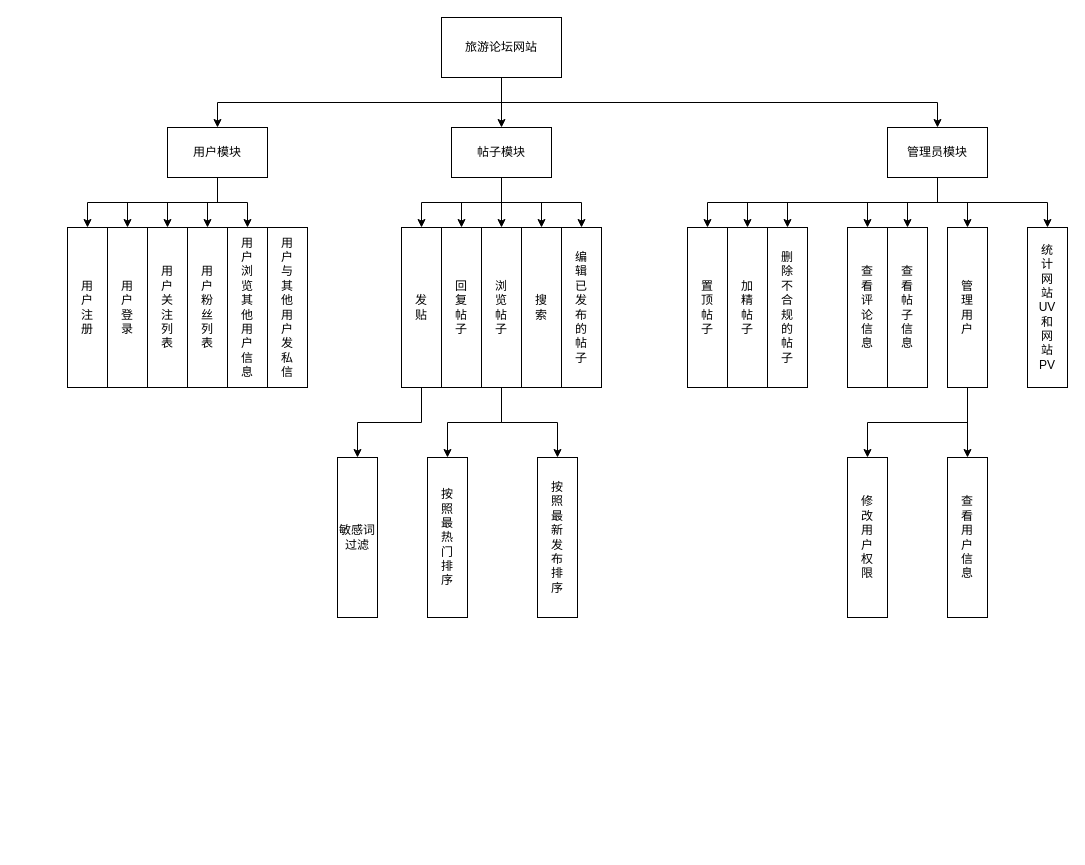
RedFlowerYeah/travelfourm keeps this draw.io diagram as Funtion.drawio. Above is the earlier version. Source tidied: cells renumbered, new cells numbered last; positions are measured from the earlier drawing's top-left corner, leaving out a move shared by most shapes. Both pictures are drawn from the tidied source at 100%, with x=0, y=0 at pixel (67, 17).
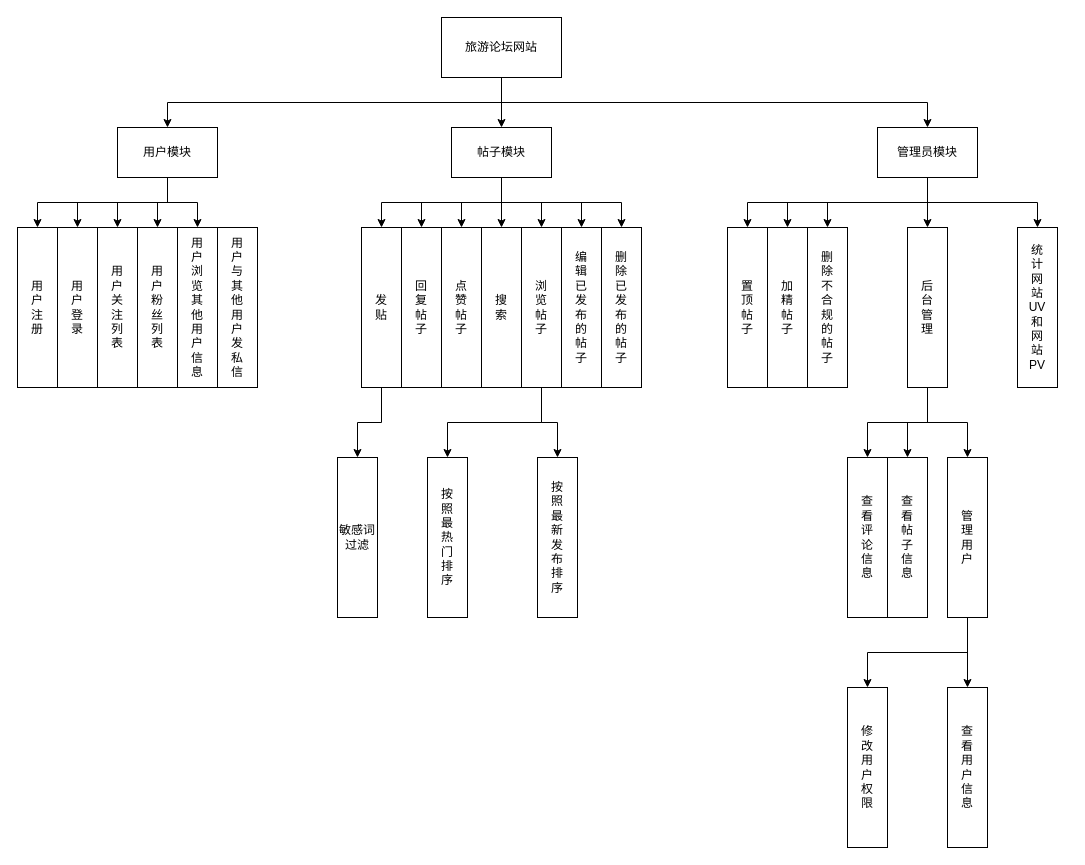
The same diagram, later.

The change refers to these unchanged cells:
```xml
<mxCell id="17" value="帖子模块" style="rounded=0;whiteSpace=wrap;html=1;" parent="1" vertex="1">
  <mxGeometry x="384" y="110" width="100" height="50" as="geometry" />
</mxCell>
```

The edit, as a diff of the source:
```diff
@@
     <mxCell id="11" value="用户模块" style="rounded=0;whiteSpace=wrap;html=1;" parent="1" vertex="1">
-      <mxGeometry x="100" y="110" width="100" height="50" as="geometry" />
+      <mxGeometry x="50" y="110" width="100" height="50" as="geometry" />
     </mxCell>
@@
+    <mxCell id="54" style="edgeStyle=orthogonalEdgeStyle;rounded=0;jettySize=auto;html=1;exitX=0.5;exitY=1;exitDx=0;exitDy=0;entryX=0.5;entryY=0;entryDx=0;entryDy=0;" parent="1" edge="1" source="17" target="57">
+      <mxGeometry relative="1" as="geometry" />
+    </mxCell>
+    <mxCell id="55" style="edgeStyle=orthogonalEdgeStyle;rounded=0;jettySize=auto;html=1;exitX=0.5;exitY=1;exitDx=0;exitDy=0;entryX=0.5;entryY=0;entryDx=0;entryDy=0;" parent="1" edge="1" source="17" target="58">
+      <mxGeometry relative="1" as="geometry" />
+    </mxCell>
@@
-    <mxCell id="18" style="edgeStyle=orthogonalEdgeStyle;rounded=0;jettySize=auto;html=1;exitX=0.5;exitY=1;exitDx=0;exitDy=0;entryX=0.5;entryY=0;entryDx=0;entryDy=0;" parent="1" edge="1" source="25" target="45">
-      <mxGeometry relative="1" as="geometry" />
-    </mxCell>
-    <mxCell id="19" style="edgeStyle=orthogonalEdgeStyle;rounded=0;jettySize=auto;html=1;exitX=0.5;exitY=1;exitDx=0;exitDy=0;entryX=0.5;entryY=0;entryDx=0;entryDy=0;" parent="1" edge="1" source="25" target="49">
-      <mxGeometry relative="1" as="geometry" />
-    </mxCell>
-    <mxCell id="20" style="edgeStyle=orthogonalEdgeStyle;rounded=0;jettySize=auto;html=1;exitX=0.5;exitY=1;exitDx=0;exitDy=0;" parent="1" edge="1" source="25" target="48">
-      <mxGeometry relative="1" as="geometry" />
-    </mxCell>
@@
+    <mxCell id="56" style="edgeStyle=orthogonalEdgeStyle;rounded=0;jettySize=auto;html=1;exitX=0.5;exitY=1;exitDx=0;exitDy=0;entryX=0.5;entryY=0;entryDx=0;entryDy=0;" parent="1" edge="1" source="25" target="62">
+      <mxGeometry relative="1" as="geometry" />
+    </mxCell>
@@
     <mxCell id="25" value="管理员模块" style="rounded=0;whiteSpace=wrap;html=1;" parent="1" vertex="1">
-      <mxGeometry x="820" y="110" width="100" height="50" as="geometry" />
+      <mxGeometry x="810" y="110" width="100" height="50" as="geometry" />
     </mxCell>
     <mxCell id="26" value="用&lt;br&gt;户&lt;br&gt;注&lt;br&gt;册" style="rounded=0;whiteSpace=wrap;html=1;" parent="1" vertex="1">
-      <mxGeometry y="210" width="40" height="160" as="geometry" />
+      <mxGeometry x="-50" y="210" width="40" height="160" as="geometry" />
     </mxCell>
     <mxCell id="27" value="用&lt;br&gt;户&lt;br&gt;登&lt;br&gt;录" style="rounded=0;whiteSpace=wrap;html=1;" parent="1" vertex="1">
-      <mxGeometry x="40" y="210" width="40" height="160" as="geometry" />
+      <mxGeometry x="-10" y="210" width="40" height="160" as="geometry" />
     </mxCell>
     <mxCell id="28" value="用&lt;br&gt;户&lt;br&gt;关&lt;br&gt;注&lt;br&gt;列&lt;span style=&quot;color: rgba(0 , 0 , 0 , 0) ; font-family: monospace ; font-size: 0px&quot;&gt;&lt;br&gt;&lt;/span&gt;表" style="rounded=0;whiteSpace=wrap;html=1;" parent="1" vertex="1">
-      <mxGeometry x="80" y="210" width="40" height="160" as="geometry" />
+      <mxGeometry x="30" y="210" width="40" height="160" as="geometry" />
     </mxCell>
     <mxCell id="29" value="用&lt;br&gt;户&lt;br&gt;粉&lt;br&gt;丝&lt;br&gt;列&lt;br&gt;表" style="rounded=0;whiteSpace=wrap;html=1;" parent="1" vertex="1">
-      <mxGeometry x="120" y="210" width="40" height="160" as="geometry" />
+      <mxGeometry x="70" y="210" width="40" height="160" as="geometry" />
     </mxCell>
     <mxCell id="30" value="用&lt;br&gt;户&lt;br&gt;浏&lt;br&gt;览&lt;br&gt;其&lt;br&gt;他&lt;br&gt;用&lt;br&gt;户&lt;br&gt;信&lt;br&gt;息" style="rounded=0;whiteSpace=wrap;html=1;" parent="1" vertex="1">
-      <mxGeometry x="160" y="210" width="40" height="160" as="geometry" />
+      <mxGeometry x="110" y="210" width="40" height="160" as="geometry" />
     </mxCell>
     <mxCell id="31" value="用&lt;br&gt;户&lt;br&gt;与&lt;br&gt;其&lt;br&gt;他&lt;br&gt;用&lt;br&gt;户&lt;br&gt;发&lt;br&gt;私&lt;br&gt;信" style="rounded=0;whiteSpace=wrap;html=1;" parent="1" vertex="1">
-      <mxGeometry x="200" y="210" width="40" height="160" as="geometry" />
+      <mxGeometry x="150" y="210" width="40" height="160" as="geometry" />
     </mxCell>
@@
     <mxCell id="33" value="发&lt;br&gt;贴" style="rounded=0;whiteSpace=wrap;html=1;" parent="1" vertex="1">
-      <mxGeometry x="334" y="210" width="40" height="160" as="geometry" />
+      <mxGeometry x="294" y="210" width="40" height="160" as="geometry" />
     </mxCell>
     <mxCell id="34" value="回&lt;br&gt;复&lt;br&gt;帖&lt;br&gt;子" style="rounded=0;whiteSpace=wrap;html=1;" parent="1" vertex="1">
-      <mxGeometry x="374" y="210" width="40" height="160" as="geometry" />
+      <mxGeometry x="334" y="210" width="40" height="160" as="geometry" />
     </mxCell>
@@
     <mxCell id="37" value="浏&lt;br&gt;览&lt;br&gt;帖&lt;br&gt;子" style="rounded=0;whiteSpace=wrap;html=1;" parent="1" vertex="1">
-      <mxGeometry x="414" y="210" width="40" height="160" as="geometry" />
+      <mxGeometry x="454" y="210" width="40" height="160" as="geometry" />
     </mxCell>
     <mxCell id="38" value="搜&lt;br&gt;索" style="rounded=0;whiteSpace=wrap;html=1;" parent="1" vertex="1">
-      <mxGeometry x="454" y="210" width="40" height="160" as="geometry" />
+      <mxGeometry x="414" y="210" width="40" height="160" as="geometry" />
     </mxCell>
@@
     <mxCell id="40" value="置&lt;br&gt;顶&lt;br&gt;帖&lt;br&gt;子" style="rounded=0;whiteSpace=wrap;html=1;" parent="1" vertex="1">
-      <mxGeometry x="620" y="210" width="40" height="160" as="geometry" />
+      <mxGeometry x="660" y="210" width="40" height="160" as="geometry" />
     </mxCell>
     <mxCell id="41" value="加&lt;br&gt;精&lt;br&gt;帖&lt;br&gt;子" style="rounded=0;whiteSpace=wrap;html=1;" parent="1" vertex="1">
-      <mxGeometry x="660" y="210" width="40" height="160" as="geometry" />
+      <mxGeometry x="700" y="210" width="40" height="160" as="geometry" />
     </mxCell>
     <mxCell id="42" value="删&lt;br&gt;除&lt;br&gt;不&lt;br&gt;合&lt;br&gt;规&lt;br&gt;的&lt;br&gt;帖&lt;br&gt;子" style="rounded=0;whiteSpace=wrap;html=1;" parent="1" vertex="1">
-      <mxGeometry x="700" y="210" width="40" height="160" as="geometry" />
+      <mxGeometry x="740" y="210" width="40" height="160" as="geometry" />
     </mxCell>
@@
     <mxCell id="45" value="管&lt;br&gt;理&lt;br&gt;用&lt;br&gt;户" style="rounded=0;whiteSpace=wrap;html=1;" parent="1" vertex="1">
-      <mxGeometry x="880" y="210" width="40" height="160" as="geometry" />
+      <mxGeometry x="880" y="440" width="40" height="160" as="geometry" />
     </mxCell>
     <mxCell id="46" value="修&lt;br&gt;改&lt;br&gt;用&lt;br&gt;户&lt;br&gt;权&lt;br&gt;限" style="rounded=0;whiteSpace=wrap;html=1;" parent="1" vertex="1">
-      <mxGeometry x="780" y="440" width="40" height="160" as="geometry" />
+      <mxGeometry x="780" y="670" width="40" height="160" as="geometry" />
     </mxCell>
     <mxCell id="47" value="查&lt;br&gt;看&lt;br&gt;用&lt;br&gt;户&lt;br&gt;信&lt;br&gt;息" style="rounded=0;whiteSpace=wrap;html=1;" parent="1" vertex="1">
-      <mxGeometry x="880" y="440" width="40" height="160" as="geometry" />
+      <mxGeometry x="880" y="670" width="40" height="160" as="geometry" />
     </mxCell>
     <mxCell id="48" value="查&lt;br&gt;看&lt;br&gt;评&lt;br&gt;论&lt;br&gt;信&lt;br&gt;息" style="rounded=0;whiteSpace=wrap;html=1;" parent="1" vertex="1">
-      <mxGeometry x="780" y="210" width="40" height="160" as="geometry" />
+      <mxGeometry x="780" y="440" width="40" height="160" as="geometry" />
     </mxCell>
     <mxCell id="49" value="查&lt;br&gt;看&lt;br&gt;帖&lt;br&gt;子&lt;br&gt;信&lt;br&gt;息" style="rounded=0;whiteSpace=wrap;html=1;" parent="1" vertex="1">
-      <mxGeometry x="820" y="210" width="40" height="160" as="geometry" />
+      <mxGeometry x="820" y="440" width="40" height="160" as="geometry" />
     </mxCell>
@@
     <mxCell id="52" value="统&lt;br&gt;计&lt;br&gt;网&lt;br&gt;站&lt;br&gt;UV&lt;br&gt;和&lt;br&gt;网&lt;br&gt;站&lt;br&gt;PV" style="rounded=0;whiteSpace=wrap;html=1;" parent="1" vertex="1">
-      <mxGeometry x="960" y="210" width="40" height="160" as="geometry" />
+      <mxGeometry x="950" y="210" width="40" height="160" as="geometry" />
     </mxCell>
@@
+    <mxCell id="57" value="点&lt;br&gt;赞&lt;br&gt;帖&lt;br&gt;子" style="rounded=0;whiteSpace=wrap;html=1;" parent="1" vertex="1">
+      <mxGeometry x="374" y="210" width="40" height="160" as="geometry" />
+    </mxCell>
+    <mxCell id="58" value="删&lt;br&gt;除&lt;br&gt;已&lt;br&gt;发&lt;br&gt;布&lt;br&gt;的&lt;br&gt;帖&lt;br&gt;子" style="rounded=0;whiteSpace=wrap;html=1;" parent="1" vertex="1">
+      <mxGeometry x="534" y="210" width="40" height="160" as="geometry" />
+    </mxCell>
+    <mxCell id="59" style="edgeStyle=orthogonalEdgeStyle;rounded=0;jettySize=auto;html=1;exitX=0.5;exitY=1;exitDx=0;exitDy=0;entryX=0.5;entryY=0;entryDx=0;entryDy=0;" parent="1" edge="1" source="62" target="48">
+      <mxGeometry relative="1" as="geometry" />
+    </mxCell>
+    <mxCell id="60" style="edgeStyle=orthogonalEdgeStyle;rounded=0;jettySize=auto;html=1;exitX=0.5;exitY=1;exitDx=0;exitDy=0;" parent="1" edge="1" source="62" target="49">
+      <mxGeometry relative="1" as="geometry" />
+    </mxCell>
+    <mxCell id="61" style="edgeStyle=orthogonalEdgeStyle;rounded=0;jettySize=auto;html=1;exitX=0.5;exitY=1;exitDx=0;exitDy=0;" parent="1" edge="1" source="62" target="45">
+      <mxGeometry relative="1" as="geometry" />
+    </mxCell>
+    <mxCell id="62" value="后&lt;br&gt;台&lt;br&gt;管&lt;br&gt;理" style="rounded=0;whiteSpace=wrap;html=1;" parent="1" vertex="1">
+      <mxGeometry x="840" y="210" width="40" height="160" as="geometry" />
+    </mxCell>
```
